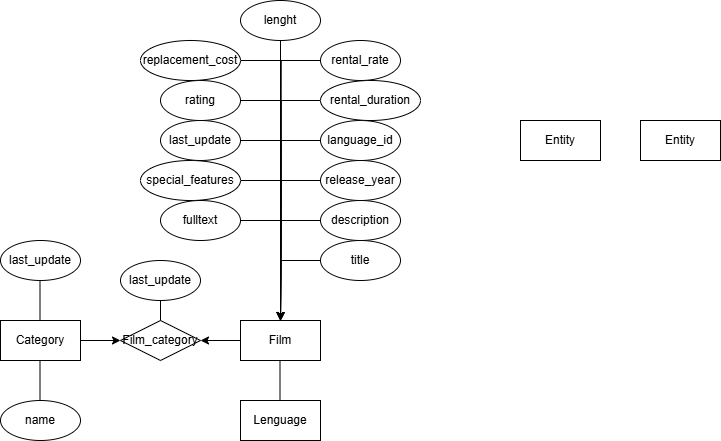
Above: Diagramas_E_R/Diagrama Trabajo Practico 3.drawio.png in Gabitoto/Bases-de-Datos (draw.io), before the change. Source tidied: cells renumbered, new cells last; positions are measured from the earlier drawing's top-left corner, leaving out a move shared by most shapes.
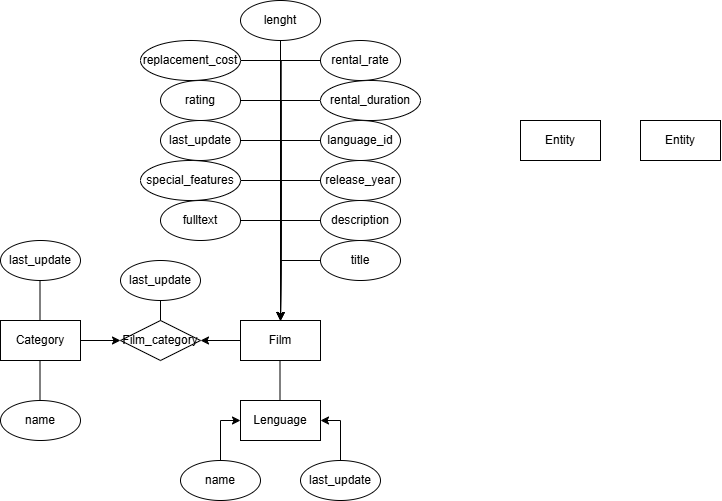
The same file after the commit.

The edit, as a diff of the source:
```diff
@@ -152,5 +152,17 @@
     <mxCell id="40" value="fulltext" style="ellipse;whiteSpace=wrap;html=1;align=center;" parent="1" vertex="1">
       <mxGeometry x="160" y="200" width="80" height="40" as="geometry" />
     </mxCell>
+    <mxCell id="41" value="last_update" style="ellipse;whiteSpace=wrap;html=1;align=center;" parent="1" vertex="1">
+      <mxGeometry x="300" y="460" width="80" height="40" as="geometry" />
+    </mxCell>
+    <mxCell id="42" style="edgeStyle=orthogonalEdgeStyle;rounded=0;jettySize=auto;html=1;entryX=0;entryY=0.5;entryDx=0;entryDy=0;" parent="1" edge="1" source="43" target="6">
+      <mxGeometry relative="1" as="geometry" />
+    </mxCell>
+    <mxCell id="43" value="name" style="ellipse;whiteSpace=wrap;html=1;align=center;" parent="1" vertex="1">
+      <mxGeometry x="180" y="460" width="80" height="40" as="geometry" />
+    </mxCell>
+    <mxCell id="44" style="edgeStyle=orthogonalEdgeStyle;rounded=0;jettySize=auto;html=1;entryX=1;entryY=0.5;entryDx=0;entryDy=0;" parent="1" edge="1" source="41" target="6">
+      <mxGeometry relative="1" as="geometry" />
+    </mxCell>
   </root>
 </mxGraphModel>
```
